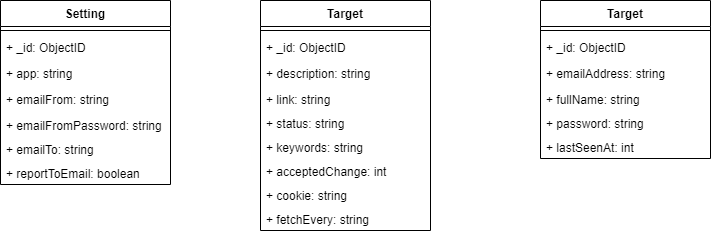
Before: img/od.png, a diagram exported from draw.io (ahussam/url-tracker). Source tidied: cells renumbered, new cells last; positions are measured from the earlier drawing's top-left corner, leaving out a move shared by most shapes.
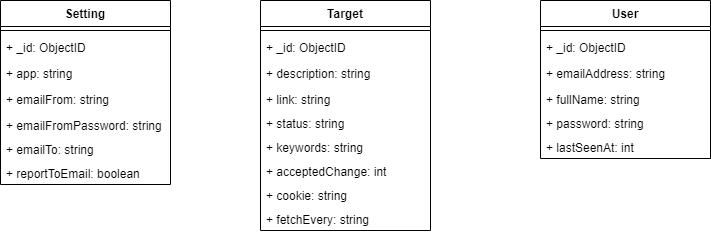
After the commit.

Commit message:
Update the Object diagram

Change to the diagram source:
```diff
@@ -56,7 +56,7 @@
     <mxCell id="19" value="+ fetchEvery: string" style="text;strokeColor=none;fillColor=none;align=left;verticalAlign=top;spacingLeft=4;spacingRight=4;overflow=hidden;" parent="10" vertex="1">
       <mxGeometry y="206" width="170" height="24" as="geometry" />
     </mxCell>
-    <mxCell id="20" value="Target" style="swimlane;fontStyle=1;align=center;verticalAlign=top;horizontal=1;startSize=26;" parent="1" vertex="1">
+    <mxCell id="20" value="User" style="swimlane;fontStyle=1;align=center;verticalAlign=top;horizontal=1;startSize=26;" parent="1" vertex="1">
       <mxGeometry x="540" width="170" height="158" as="geometry" />
     </mxCell>
     <mxCell id="21" style="line;strokeWidth=1;fillColor=none;align=left;verticalAlign=middle;spacingTop=-1;spacingLeft=3;spacingRight=3;labelPosition=right;" parent="20" vertex="1">
```
